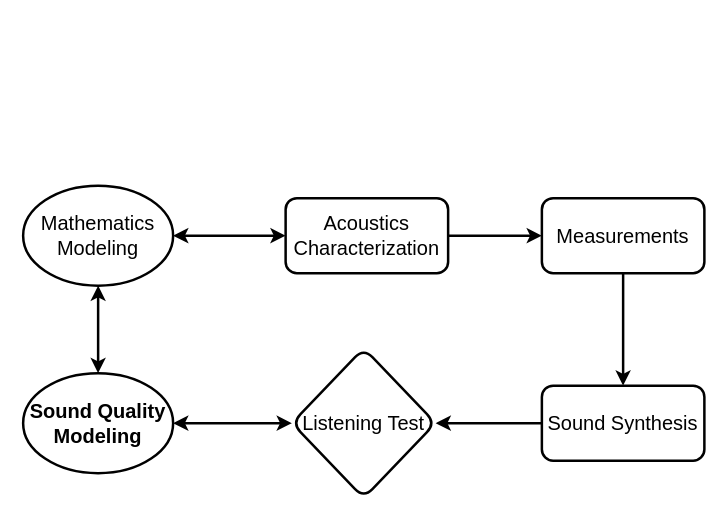
Huaaudio/Draw.io keeps this draw.io diagram as Untitled Diagram.drawio. Above is the earlier version. Source tidied: cells renumbered, new cells numbered last; positions are measured from the earlier drawing's top-left corner, leaving out a move shared by most shapes. Both pictures are drawn from the tidied source at 125%, with x=0, y=0 at pixel (22, 185).
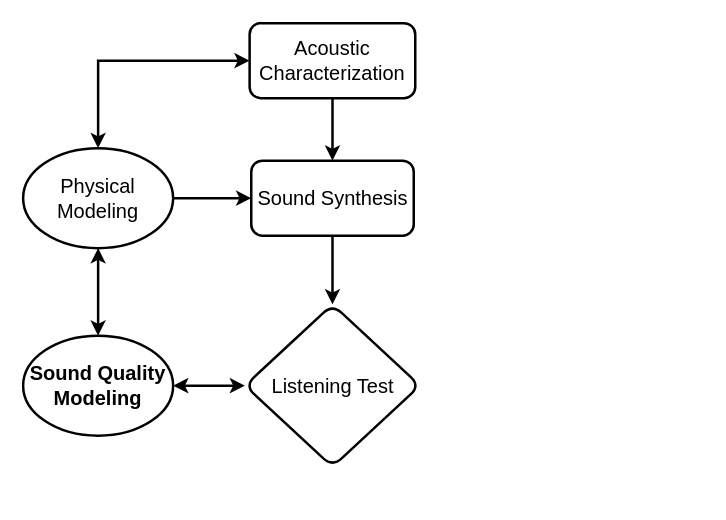
The same diagram, later.

Diff of the diagram source:
```diff
@@
-    <mxCell id="2" style="edgeStyle=orthogonalEdgeStyle;rounded=0;jettySize=auto;html=1;strokeWidth=2;" parent="1" edge="1" source="3" target="13">
-      <mxGeometry relative="1" as="geometry">
-        <Array as="points">
-          <mxPoint x="370" y="40" />
-          <mxPoint x="370" y="40" />
-        </Array>
-      </mxGeometry>
-    </mxCell>
-    <mxCell id="3" value="Acoustics Characterization" style="rounded=1;whiteSpace=wrap;html=1;strokeWidth=2;fontSize=16;" parent="1" vertex="1">
-      <mxGeometry x="210" y="10" width="130" height="60" as="geometry" />
-    </mxCell>
@@
     <mxCell id="5" value="Sound Synthesis" style="rounded=1;whiteSpace=wrap;html=1;strokeWidth=2;fontSize=16;" parent="1" vertex="1">
-      <mxGeometry x="415" y="160" width="130" height="60" as="geometry" />
+      <mxGeometry x="182.5" y="-20" width="130" height="60" as="geometry" />
     </mxCell>
@@
     <mxCell id="7" value="Sound Quality Modeling" style="ellipse;whiteSpace=wrap;html=1;strokeWidth=2;fontSize=16;fontStyle=1;" parent="1" vertex="1">
-      <mxGeometry y="150" width="120" height="80" as="geometry" />
+      <mxGeometry y="120" width="120" height="80" as="geometry" />
     </mxCell>
-    <mxCell id="8" style="edgeStyle=orthogonalEdgeStyle;rounded=0;jettySize=auto;html=1;strokeWidth=2;startArrow=classic;startFill=1;" parent="1" edge="1" source="9" target="3">
+    <mxCell id="8" style="edgeStyle=orthogonalEdgeStyle;rounded=0;jettySize=auto;html=1;strokeWidth=2;startArrow=classic;startFill=1;entryX=0;entryY=0.5;entryDx=0;entryDy=0;" parent="1" edge="1" source="9" target="13">
       <mxGeometry relative="1" as="geometry">
         <Array as="points">
-          <mxPoint x="170" y="40" />
-          <mxPoint x="170" y="40" />
+          <mxPoint x="60" y="-100" />
         </Array>
       </mxGeometry>
     </mxCell>
+    <mxCell id="14" style="edgeStyle=orthogonalEdgeStyle;rounded=0;jettySize=auto;html=1;strokeWidth=2;" parent="1" edge="1" source="9" target="5">
+      <mxGeometry relative="1" as="geometry" />
+    </mxCell>
-    <mxCell id="9" value="Mathematics Modeling" style="ellipse;whiteSpace=wrap;html=1;strokeWidth=2;fontSize=16;fontStyle=0;" parent="1" vertex="1">
-      <mxGeometry width="120" height="80" as="geometry" />
+    <mxCell id="9" value="Physical Modeling" style="ellipse;whiteSpace=wrap;html=1;strokeWidth=2;fontSize=16;fontStyle=0;" parent="1" vertex="1">
+      <mxGeometry y="-30" width="120" height="80" as="geometry" />
     </mxCell>
@@
     <mxCell id="11" value="Listening Test" style="rhombus;whiteSpace=wrap;html=1;rounded=1;strokeWidth=2;fontSize=16;" parent="1" vertex="1">
-      <mxGeometry x="215" y="130" width="115" height="120" as="geometry" />
+      <mxGeometry x="177.5" y="95" width="140" height="130" as="geometry" />
     </mxCell>
     <mxCell id="12" style="edgeStyle=orthogonalEdgeStyle;rounded=0;jettySize=auto;html=1;strokeWidth=2;" parent="1" edge="1" source="13" target="5">
-      <mxGeometry relative="1" as="geometry">
-        <Array as="points">
-          <mxPoint x="480" y="110" />
-          <mxPoint x="480" y="110" />
-        </Array>
-      </mxGeometry>
+      <mxGeometry relative="1" as="geometry" />
     </mxCell>
-    <mxCell id="13" value="Measurements" style="rounded=1;whiteSpace=wrap;html=1;strokeWidth=2;fontSize=16;" parent="1" vertex="1">
-      <mxGeometry x="415" y="10" width="130" height="60" as="geometry" />
+    <mxCell id="13" value="Acoustic Characterization" style="rounded=1;whiteSpace=wrap;html=1;strokeWidth=2;fontSize=16;" parent="1" vertex="1">
+      <mxGeometry x="181.2" y="-130" width="132.5" height="60" as="geometry" />
     </mxCell>
```
